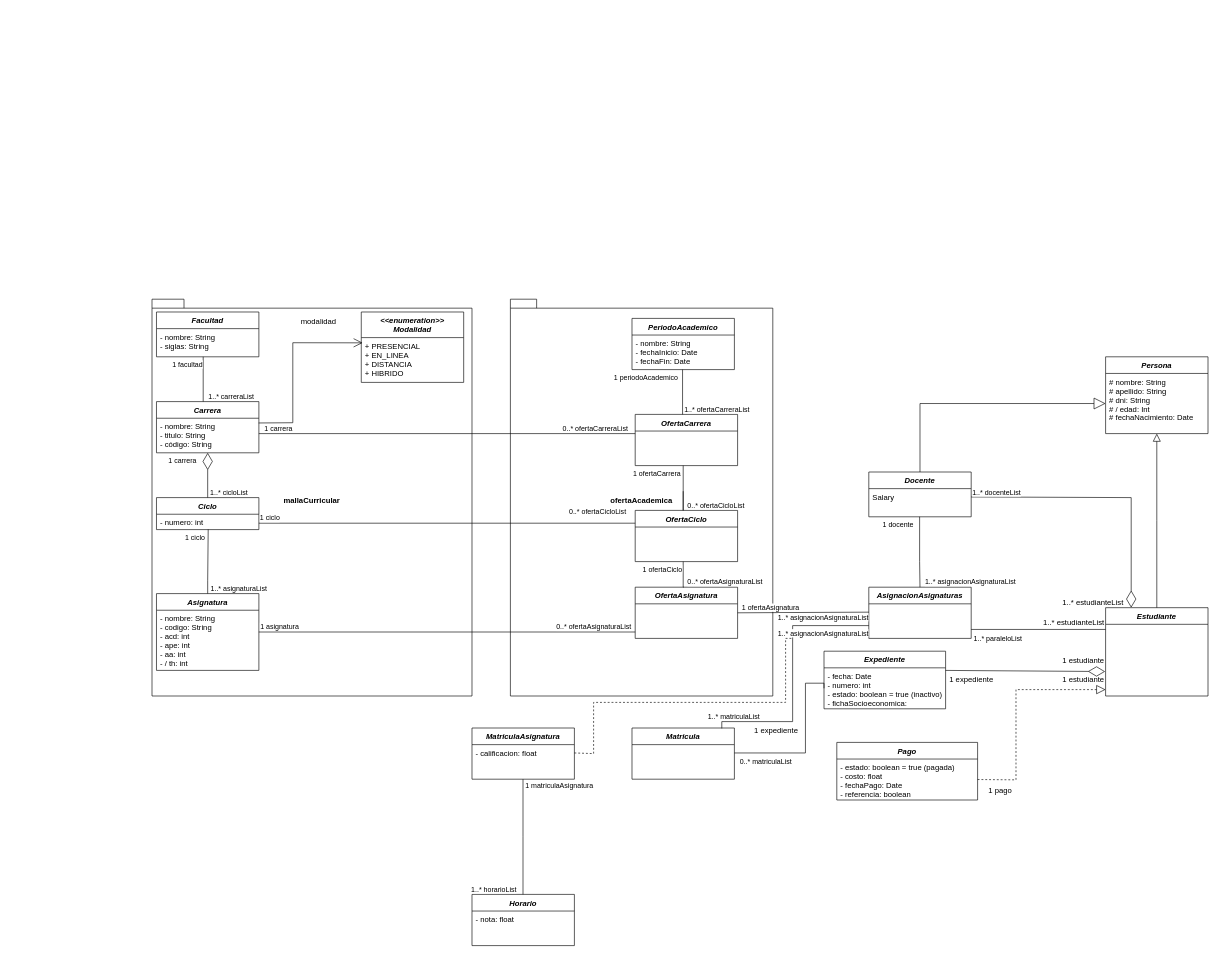
Earlier version of the draw.io diagram TutionDiagram.drawio (GabrielCevallos/TuitionDiagram). Source tidied: cells renumbered, new cells numbered last; positions are measured from the earlier drawing's top-left corner, leaving out a move shared by most shapes. Both pictures are drawn from the tidied source at 64%, with x=0, y=0 at pixel (152, 299).
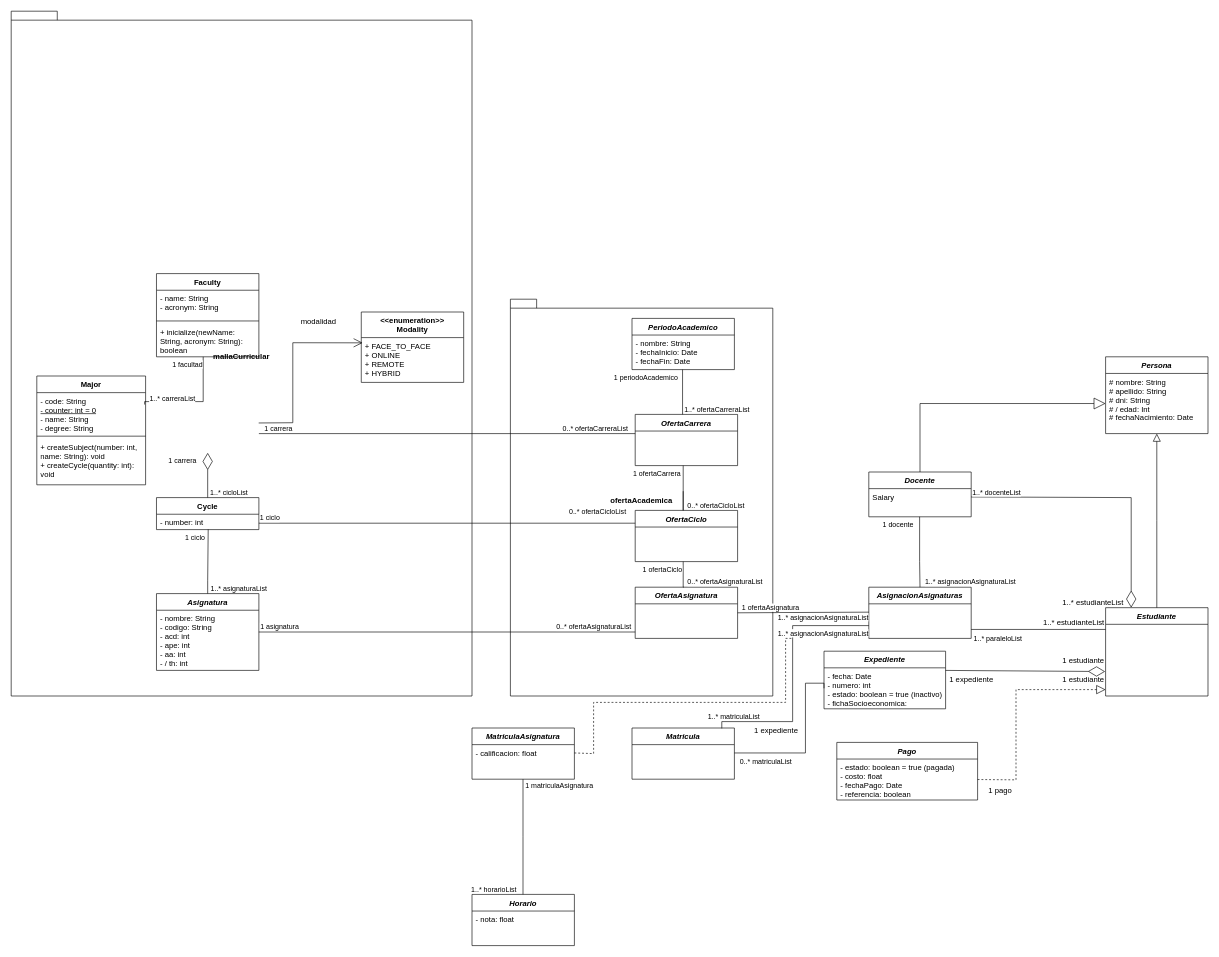
After the change.

The edit, as a diff of the source:
```diff
@@
     <mxCell id="13" value="mallaCurricular" style="shape=folder;fontStyle=1;spacingTop=10;tabWidth=40;tabHeight=14;tabPosition=left;html=1;whiteSpace=wrap;" parent="1" vertex="1">
-      <mxGeometry width="500" height="620" as="geometry" />
+      <mxGeometry x="-220" y="-450" width="720" height="1070" as="geometry" />
     </mxCell>
-    <mxCell id="14" value="Facultad" style="swimlane;fontStyle=3;align=center;verticalAlign=top;horizontal=1;startSize=26;rounded=0;shadow=0;strokeWidth=1;" parent="1" vertex="1">
-      <mxGeometry x="7" y="20" width="160" height="70" as="geometry" />
-    </mxCell>
-    <mxCell id="15" value="- nombre: String&#10;- siglas: String" style="text;align=left;verticalAlign=top;spacingLeft=4;spacingRight=4;overflow=hidden;" parent="14" vertex="1">
-      <mxGeometry y="26" width="160" height="34" as="geometry" />
-    </mxCell>
-    <mxCell id="16" value="Carrera" style="swimlane;fontStyle=3;align=center;verticalAlign=top;horizontal=1;startSize=26;rounded=0;shadow=0;strokeWidth=1;" parent="1" vertex="1">
-      <mxGeometry x="7" y="160" width="160" height="80" as="geometry" />
-    </mxCell>
-    <mxCell id="17" value="- nombre: String&#10;- titulo: String&#10;- código: String" style="text;align=left;verticalAlign=top;spacingLeft=4;spacingRight=4;overflow=hidden;points=[[0,0.5],[1,0.5]];portConstraint=eastwest;" parent="16" vertex="1">
-      <mxGeometry y="26" width="160" height="44" as="geometry" />
-    </mxCell>
-    <mxCell id="18" value="&lt;&lt;enumeration&gt;&gt;&#10;Modalidad" style="swimlane;fontStyle=3;align=center;verticalAlign=top;horizontal=1;startSize=40;rounded=0;shadow=0;strokeWidth=1;" parent="1" vertex="1">
+    <mxCell id="18" value="&lt;&lt;enumeration&gt;&gt;&#10;Modality" style="swimlane;fontStyle=1;align=center;verticalAlign=top;horizontal=1;startSize=40;rounded=0;shadow=0;strokeWidth=1;" parent="1" vertex="1">
       <mxGeometry x="327" y="20" width="160" height="110" as="geometry" />
     </mxCell>
-    <mxCell id="19" value="+ PRESENCIAL&#10;+ EN_LINEA&#10;+ DISTANCIA&#10;+ HIBRIDO" style="text;align=left;verticalAlign=top;spacingLeft=4;spacingRight=4;overflow=hidden;points=[[0,0.5],[1,0.5]];portConstraint=eastwest;" parent="18" vertex="1">
+    <mxCell id="19" value="+ FACE_TO_FACE&#10;+ ONLINE&#10;+ REMOTE&#10;+ HYBRID" style="text;align=left;verticalAlign=top;spacingLeft=4;spacingRight=4;overflow=hidden;points=[[0,0.5],[1,0.5]];portConstraint=eastwest;" parent="18" vertex="1">
       <mxGeometry y="40" width="160" height="70" as="geometry" />
     </mxCell>
-    <mxCell id="20" style="endArrow=open;endFill=1;endSize=12;html=1;rounded=0;exitX=0.998;exitY=0.168;exitDx=0;exitDy=0;entryX=0.013;entryY=0.117;entryDx=0;entryDy=0;entryPerimeter=0;exitPerimeter=0;" parent="1" edge="1" source="17" target="19">
+    <mxCell id="20" style="endArrow=open;endFill=1;endSize=12;html=1;rounded=0;exitX=0.998;exitY=0.168;exitDx=0;exitDy=0;entryX=0.013;entryY=0.117;entryDx=0;entryDy=0;entryPerimeter=0;exitPerimeter=0;" parent="1" edge="1" target="19">
       <mxGeometry relative="1" as="geometry">
+        <mxPoint x="166.7" y="193.4" as="sourcePoint" />
         <Array as="points">
           <mxPoint x="220" y="193" />
           <mxPoint x="220" y="68" />
         </Array>
       </mxGeometry>
     </mxCell>
-    <mxCell id="21" style="endArrow=none;html=1;edgeStyle=orthogonalEdgeStyle;rounded=0;" parent="1" edge="1">
+    <mxCell id="21" style="endArrow=none;html=1;edgeStyle=orthogonalEdgeStyle;rounded=0;entryX=0.991;entryY=0.291;entryDx=0;entryDy=0;entryPerimeter=0;" parent="1" edge="1" target="98">
       <mxGeometry relative="1" as="geometry">
         <mxPoint x="80" y="90" as="sourcePoint" />
-        <mxPoint x="80" y="160" as="targetPoint" />
         <Array as="points">
           <mxPoint x="80" y="160" />
+          <mxPoint x="-12" y="160" />
         </Array>
       </mxGeometry>
     </mxCell>
@@
-    <mxCell id="25" value="Ciclo" style="swimlane;fontStyle=3;align=center;verticalAlign=top;horizontal=1;startSize=26;rounded=0;shadow=0;strokeWidth=1;" parent="1" vertex="1">
+    <mxCell id="25" value="Cycle" style="swimlane;fontStyle=1;align=center;verticalAlign=top;horizontal=1;startSize=26;rounded=0;shadow=0;strokeWidth=1;" parent="1" vertex="1">
       <mxGeometry x="7" y="310" width="160" height="50" as="geometry" />
     </mxCell>
-    <mxCell id="26" value="- numero: int" style="text;align=left;verticalAlign=top;spacingLeft=4;spacingRight=4;overflow=hidden;points=[[0,0.5],[1,0.5]];portConstraint=eastwest;" parent="25" vertex="1">
+    <mxCell id="26" value="- number: int" style="text;align=left;verticalAlign=top;spacingLeft=4;spacingRight=4;overflow=hidden;points=[[0,0.5],[1,0.5]];portConstraint=eastwest;" parent="25" vertex="1">
       <mxGeometry y="26" width="160" height="24" as="geometry" />
     </mxCell>
-    <mxCell id="27" style="endArrow=diamondThin;endFill=0;endSize=24;html=1;rounded=0;exitX=0.5;exitY=0;exitDx=0;exitDy=0;entryX=0.5;entryY=1;entryDx=0;entryDy=0;" parent="1" edge="1" source="25" target="16">
-      <mxGeometry relative="1" as="geometry" />
+    <mxCell id="27" style="endArrow=diamondThin;endFill=0;endSize=24;html=1;rounded=0;exitX=0.5;exitY=0;exitDx=0;exitDy=0;entryX=0.5;entryY=1;entryDx=0;entryDy=0;" parent="1" edge="1" source="25">
+      <mxGeometry relative="1" as="geometry">
+        <mxPoint x="87" y="240" as="targetPoint" />
+      </mxGeometry>
     </mxCell>
@@
+    <mxCell id="93" value="Faculty" style="swimlane;fontStyle=1;align=center;verticalAlign=top;horizontal=1;startSize=26;whiteSpace=wrap;html=1;" parent="1" vertex="1">
+      <mxGeometry x="7" y="-40" width="160" height="130" as="geometry" />
+    </mxCell>
+    <mxCell id="94" value="- name: String&lt;div&gt;- acronym: String&lt;/div&gt;" style="text;strokeColor=none;fillColor=none;align=left;verticalAlign=top;spacingLeft=4;spacingRight=4;overflow=hidden;whiteSpace=wrap;html=1;" parent="93" vertex="1">
+      <mxGeometry y="26" width="160" height="44" as="geometry" />
+    </mxCell>
+    <mxCell id="95" style="line;strokeWidth=1;fillColor=none;align=left;verticalAlign=middle;spacingTop=-1;spacingLeft=3;spacingRight=3;labelPosition=right;strokeColor=inherit;" parent="93" vertex="1">
+      <mxGeometry y="70" width="160" height="8" as="geometry" />
+    </mxCell>
+    <mxCell id="96" value="+ inicialize(newName: String, acronym: String): boolean" style="text;strokeColor=none;fillColor=none;align=left;verticalAlign=top;spacingLeft=4;spacingRight=4;overflow=hidden;whiteSpace=wrap;html=1;" parent="93" vertex="1">
+      <mxGeometry y="78" width="160" height="52" as="geometry" />
+    </mxCell>
+    <mxCell id="97" value="Major" style="swimlane;fontStyle=1;align=center;verticalAlign=top;horizontal=1;startSize=26;whiteSpace=wrap;html=1;" parent="1" vertex="1">
+      <mxGeometry x="-180" y="120" width="170" height="170" as="geometry" />
+    </mxCell>
+    <mxCell id="98" value="- code: String&lt;br style=&quot;padding: 0px; margin: 0px;&quot;&gt;&lt;u style=&quot;background-color: initial;&quot;&gt;&lt;span lang=&quot;EN-US&quot;&gt;- counter: int = 0&lt;/span&gt;&lt;/u&gt;&amp;nbsp;&lt;div&gt;- name: String&lt;br style=&quot;padding: 0px; margin: 0px;&quot;&gt;- degree: String&lt;div style=&quot;padding: 0px; margin: 0px;&quot;&gt;&lt;br style=&quot;padding: 0px; margin: 0px; text-wrap: nowrap;&quot;&gt;&lt;/div&gt;&lt;/div&gt;" style="text;strokeColor=none;fillColor=none;align=left;verticalAlign=top;spacingLeft=4;spacingRight=4;overflow=hidden;points=[[0,0.5],[1,0.5]];portConstraint=eastwest;whiteSpace=wrap;html=1;" parent="97" vertex="1">
+      <mxGeometry y="26" width="170" height="64" as="geometry" />
+    </mxCell>
+    <mxCell id="99" style="line;strokeWidth=1;fillColor=none;align=left;verticalAlign=middle;spacingTop=-1;spacingLeft=3;spacingRight=3;labelPosition=right;strokeColor=inherit;" parent="97" vertex="1">
+      <mxGeometry y="90" width="170" height="8" as="geometry" />
+    </mxCell>
+    <mxCell id="100" value="+ createSubject(number: int, name: String): void&lt;div&gt;+ createCycle(quantity: int): void&lt;br&gt;&lt;/div&gt;" style="text;strokeColor=none;fillColor=none;align=left;verticalAlign=top;spacingLeft=4;spacingRight=4;overflow=hidden;whiteSpace=wrap;html=1;" parent="97" vertex="1">
+      <mxGeometry y="98" width="170" height="72" as="geometry" />
+    </mxCell>
```
